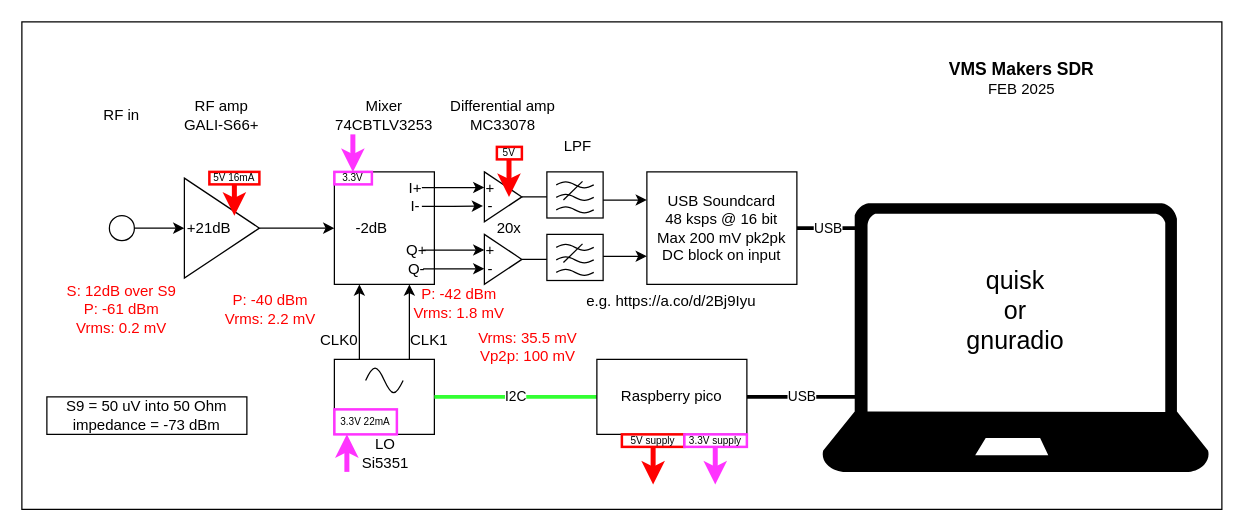
KI3P/VWS-SDR keeps this draw.io diagram as VWS_makers_block_diagram.drawio. Above is the earlier version. Source tidied: cells renumbered, new cells numbered last; positions are measured from the earlier drawing's top-left corner, leaving out a move shared by most shapes. Both pictures are drawn from the tidied source at 125%, with x=0, y=0 at pixel (21, 21).
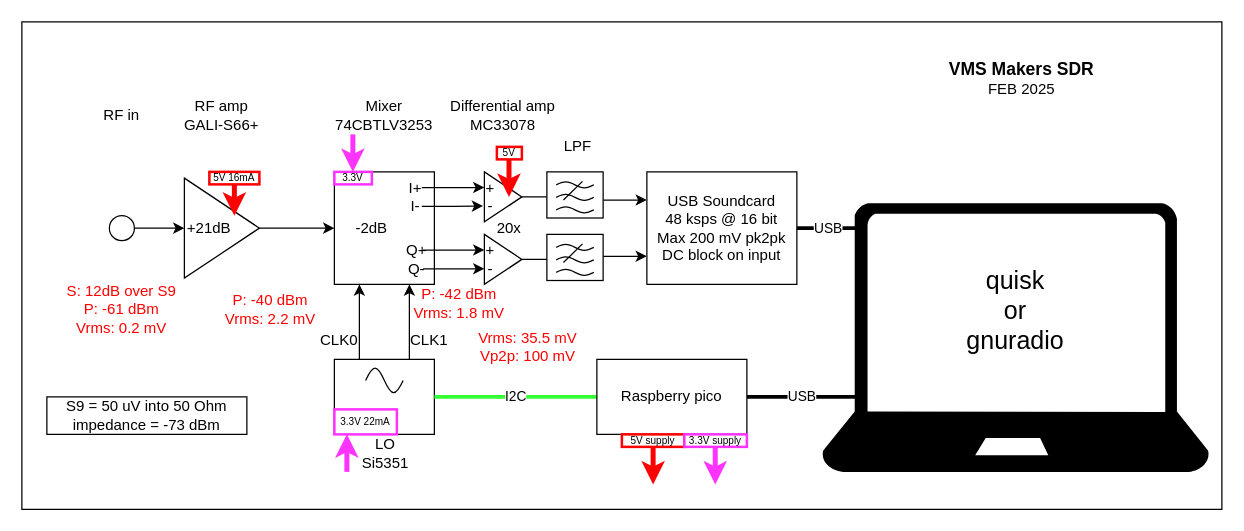
After the change.

Commit message (it also covers changes not shown here):
remove wrong sound card -- it only supported mono input, not stereo

What changed in the source:
```diff
@@
-    <mxCell id="4" value="e.g. https://a.co/d/2Bj9Iyu" style="text;whiteSpace=wrap;" parent="1" vertex="1">
-      <mxGeometry x="450" y="210" width="150" height="30" as="geometry" />
-    </mxCell>
```
